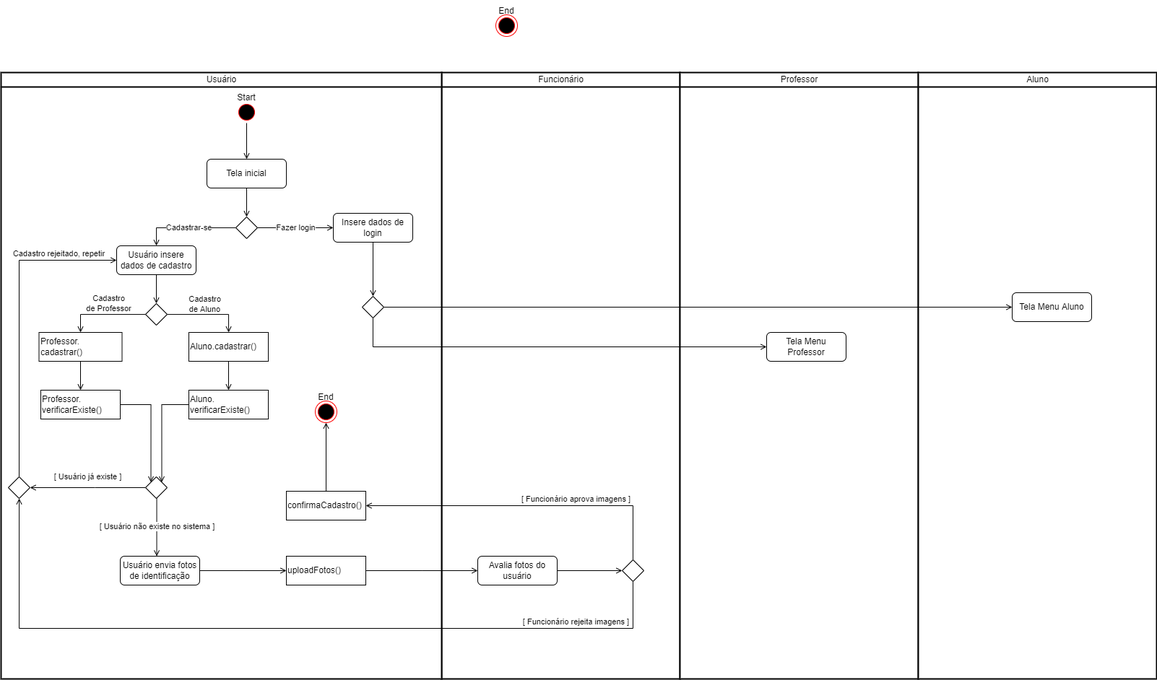
Before: diagramaAtividades/Copy of atividadeSistema.drawio.png, a diagram exported from draw.io (EijiDogen/BrainForHire). Source tidied: cells renumbered, new cells last; positions are measured from the earlier drawing's top-left corner, leaving out a move shared by most shapes.
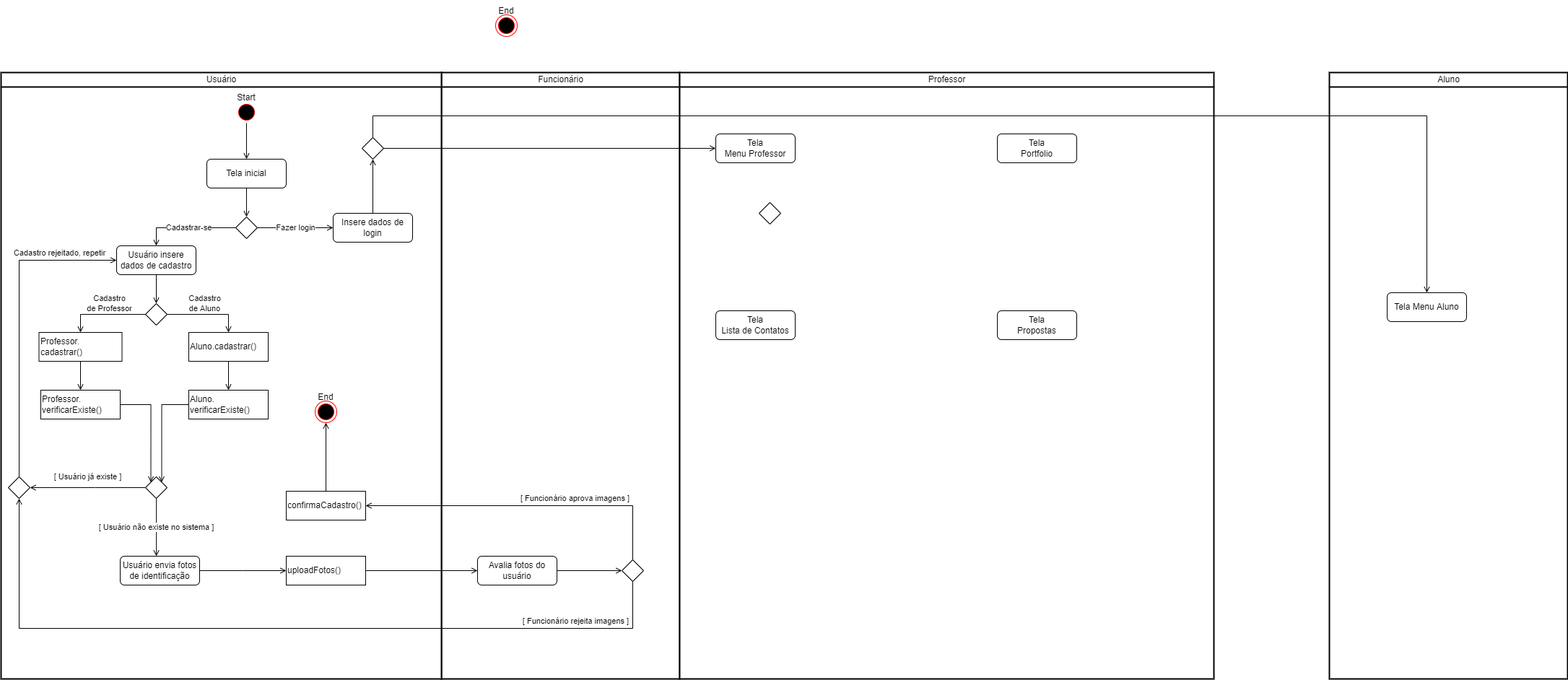
The same file after the commit.

The edit, as a diff of the source:
```diff
@@ -6,13 +6,13 @@
       <mxGeometry x="610" y="100" width="330" height="840" as="geometry" />
     </mxCell>
     <mxCell id="3" value="Professor" style="swimlane;html=1;startSize=20;fontStyle=0;horizontal=1;swimlaneLine=1;strokeWidth=2;swimlaneFillColor=#ffffff;" parent="1" vertex="1">
-      <mxGeometry x="940" y="100" width="330" height="840" as="geometry" />
+      <mxGeometry x="940" y="100" width="740" height="840" as="geometry" />
     </mxCell>
     <mxCell id="4" value="Usuário" style="swimlane;html=1;startSize=20;fontStyle=0;horizontal=1;swimlaneLine=1;strokeWidth=2;swimlaneFillColor=#ffffff;" parent="1" vertex="1">
       <mxGeometry y="100" width="610" height="840" as="geometry" />
     </mxCell>
     <mxCell id="5" value="Aluno" style="swimlane;html=1;startSize=20;fontStyle=0;horizontal=1;swimlaneLine=1;strokeWidth=2;swimlaneFillColor=#ffffff;" parent="1" vertex="1">
-      <mxGeometry x="1270" y="100" width="330" height="840" as="geometry" />
+      <mxGeometry x="1840" y="100" width="330" height="840" as="geometry" />
     </mxCell>
     <mxCell id="6" value="Atividades" parent="0" />
     <mxCell id="7" style="edgeStyle=orthogonalEdgeStyle;rounded=0;jettySize=auto;html=1;endArrow=open;endFill=0;" parent="6" edge="1" source="8" target="20">
@@ -42,7 +42,7 @@
     <mxCell id="15" value="Usuário insere dados de cadastro" style="rounded=1;whiteSpace=wrap;html=1;" parent="6" vertex="1">
       <mxGeometry x="160" y="340" width="110" height="40" as="geometry" />
     </mxCell>
-    <mxCell id="16" style="edgeStyle=orthogonalEdgeStyle;rounded=0;jettySize=auto;html=1;entryX=0.5;entryY=0;entryDx=0;entryDy=0;endArrow=open;endFill=0;" parent="6" edge="1" source="17" target="56">
+    <mxCell id="16" style="edgeStyle=orthogonalEdgeStyle;rounded=0;jettySize=auto;html=1;endArrow=open;endFill=0;" parent="6" edge="1" source="17" target="56">
       <mxGeometry relative="1" as="geometry" />
     </mxCell>
     <mxCell id="17" value="Insere dados de login" style="rounded=1;whiteSpace=wrap;html=1;" parent="6" vertex="1">
@@ -191,23 +191,36 @@
       <mxGeometry x="420" y="535" width="60" height="30" as="geometry" />
     </mxCell>
     <mxCell id="54" style="edgeStyle=orthogonalEdgeStyle;rounded=0;jettySize=auto;html=1;endArrow=open;endFill=0;" parent="6" edge="1" source="56" target="57">
-      <mxGeometry relative="1" as="geometry">
-        <Array as="points">
-          <mxPoint x="515" y="480" />
-        </Array>
-      </mxGeometry>
+      <mxGeometry relative="1" as="geometry" />
     </mxCell>
     <mxCell id="55" style="edgeStyle=orthogonalEdgeStyle;rounded=0;jettySize=auto;html=1;endArrow=open;endFill=0;" parent="6" edge="1" source="56" target="58">
-      <mxGeometry relative="1" as="geometry" />
+      <mxGeometry relative="1" as="geometry">
+        <Array as="points">
+          <mxPoint x="515" y="160" />
+          <mxPoint x="1975" y="160" />
+        </Array>
+      </mxGeometry>
     </mxCell>
     <mxCell id="56" style="rhombus;" parent="6" vertex="1">
-      <mxGeometry x="500" y="410" width="30" height="30" as="geometry" />
+      <mxGeometry x="500" y="190" width="30" height="30" as="geometry" />
     </mxCell>
-    <mxCell id="57" value="Tela Menu Professor" style="rounded=1;whiteSpace=wrap;html=1;" parent="6" vertex="1">
-      <mxGeometry x="1060" y="460" width="110" height="40" as="geometry" />
+    <mxCell id="57" value="Tela&lt;br&gt;Menu Professor" style="rounded=1;whiteSpace=wrap;html=1;" parent="6" vertex="1">
+      <mxGeometry x="990" y="185" width="110" height="40" as="geometry" />
     </mxCell>
     <mxCell id="58" value="Tela Menu Aluno" style="rounded=1;whiteSpace=wrap;html=1;" parent="6" vertex="1">
-      <mxGeometry x="1400" y="405" width="110" height="40" as="geometry" />
+      <mxGeometry x="1920" y="405" width="110" height="40" as="geometry" />
     </mxCell>
+    <mxCell id="59" value="Tela&lt;br&gt;Portfolio" style="rounded=1;whiteSpace=wrap;html=1;" parent="6" vertex="1">
+      <mxGeometry x="1380" y="185" width="110" height="40" as="geometry" />
+    </mxCell>
+    <mxCell id="60" value="Tela&lt;br&gt;Lista de Contatos" style="rounded=1;whiteSpace=wrap;html=1;" parent="6" vertex="1">
+      <mxGeometry x="990" y="430" width="110" height="40" as="geometry" />
+    </mxCell>
+    <mxCell id="61" value="Tela&lt;br&gt;Propostas" style="rounded=1;whiteSpace=wrap;html=1;" parent="6" vertex="1">
+      <mxGeometry x="1380" y="430" width="110" height="40" as="geometry" />
+    </mxCell>
+    <mxCell id="62" style="rhombus;" parent="6" vertex="1">
+      <mxGeometry x="1050" y="280" width="30" height="30" as="geometry" />
+    </mxCell>
   </root>
 </mxGraphModel>
```
